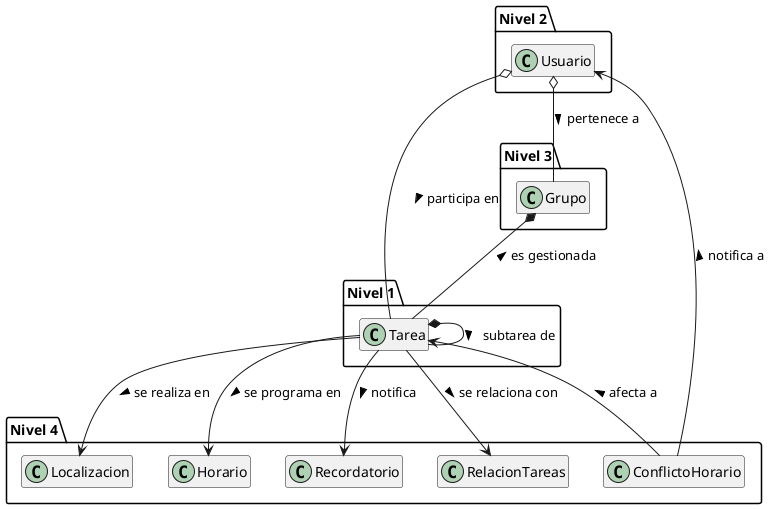
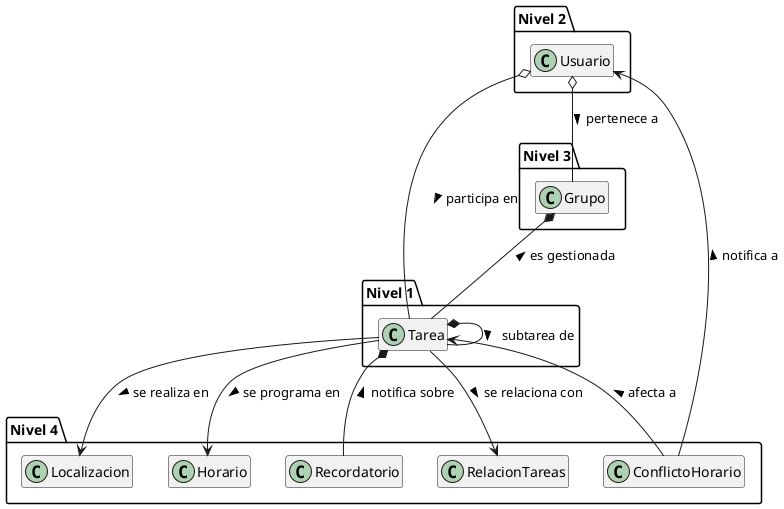
@startuml Diagrama de Clases - Primera Reunión
top to bottom direction
hide methods
hide attributes
skinparam classAttributeIconSize 0

' Nivel 1: Tarea
package "Nivel 1" {
  class Tarea
}

' Nivel 2: Usuario
package "Nivel 2" {
  class Usuario
}

' Nivel 3: Grupo
package "Nivel 3" {
  class Grupo
}

' Nivel 4: Resto de clases
package "Nivel 4" {
  class ConflictoHorario
  class Localizacion
  class Horario
  class Recordatorio
  class RelacionTareas
}

' Relaciones principales
Grupo *-- Tarea : es gestionada <
Usuario o-- Tarea : participa en >
Usuario o-- Grupo : pertenece a >
Tarea *-- Tarea : subtarea de >

' Relaciones con el resto
Tarea <-- ConflictoHorario : afecta a <
Usuario <-- ConflictoHorario : notifica a <
Tarea --> Localizacion : se realiza en >
Tarea --> Horario : se programa en >
- Tarea --> Recordatorio : notifica >
+ Tarea *-- Recordatorio : notifica sobre <
Tarea --> RelacionTareas : se relaciona con >

@enduml
